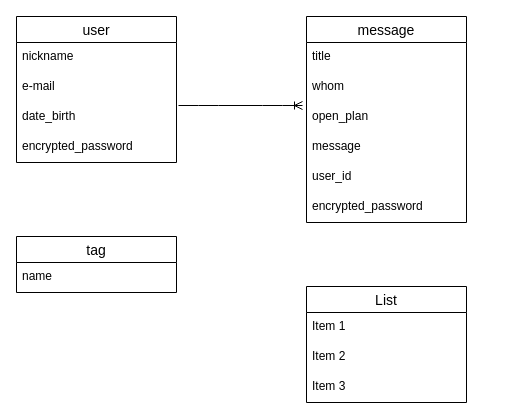
This is ER.dio from shunxile/Time_Capsule, a draw.io file, before an edit. Source tidied: cells renumbered, new cells numbered last; positions are measured from the earlier drawing's top-left corner, leaving out a move shared by most shapes. Both pictures are drawn from the tidied source at 100%, with x=0, y=0 at pixel (16, 16).
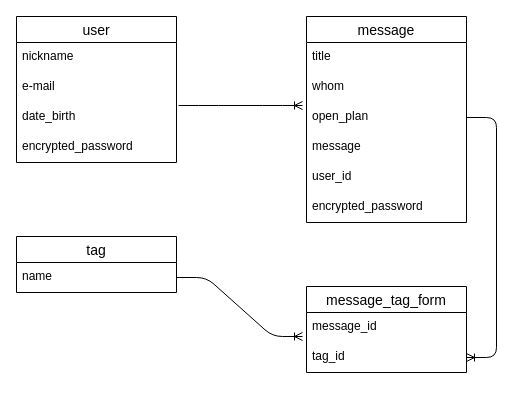
The same page after the edit.

The change refers to these unchanged cells:
```xml
<mxCell id="10" value="open_plan" style="text;strokeColor=none;fillColor=none;spacingLeft=4;spacingRight=4;overflow=hidden;points=[[0,0.5],[1,0.5]];portConstraint=eastwest;fontSize=12;" parent="7" vertex="1">
  <mxGeometry y="86" width="160" height="30" as="geometry" />
</mxCell>
<mxCell id="16" value="name" style="text;strokeColor=none;fillColor=none;spacingLeft=4;spacingRight=4;overflow=hidden;points=[[0,0.5],[1,0.5]];portConstraint=eastwest;fontSize=12;" parent="15" vertex="1">
  <mxGeometry y="26" width="160" height="30" as="geometry" />
</mxCell>
```

What changed in the source:
```diff
@@
-    <mxCell id="17" value="List" style="swimlane;fontStyle=0;horizontal=1;startSize=26;align=center;fontSize=14;" parent="1" vertex="1">
-      <mxGeometry x="290" y="270" width="160" height="116" as="geometry" />
+    <mxCell id="17" value="message_tag_form" style="swimlane;fontStyle=0;horizontal=1;startSize=26;align=center;fontSize=14;" parent="1" vertex="1">
+      <mxGeometry x="290" y="270" width="160" height="86" as="geometry" />
     </mxCell>
-    <mxCell id="18" value="Item 1" style="text;strokeColor=none;fillColor=none;spacingLeft=4;spacingRight=4;overflow=hidden;points=[[0,0.5],[1,0.5]];portConstraint=eastwest;fontSize=12;" parent="17" vertex="1">
+    <mxCell id="18" value="message_id" style="text;strokeColor=none;fillColor=none;spacingLeft=4;spacingRight=4;overflow=hidden;points=[[0,0.5],[1,0.5]];portConstraint=eastwest;fontSize=12;" parent="17" vertex="1">
       <mxGeometry y="26" width="160" height="30" as="geometry" />
     </mxCell>
-    <mxCell id="19" value="Item 2" style="text;strokeColor=none;fillColor=none;spacingLeft=4;spacingRight=4;overflow=hidden;points=[[0,0.5],[1,0.5]];portConstraint=eastwest;fontSize=12;" parent="17" vertex="1">
+    <mxCell id="19" value="tag_id" style="text;strokeColor=none;fillColor=none;spacingLeft=4;spacingRight=4;overflow=hidden;points=[[0,0.5],[1,0.5]];portConstraint=eastwest;fontSize=12;" parent="17" vertex="1">
       <mxGeometry y="56" width="160" height="30" as="geometry" />
     </mxCell>
-    <mxCell id="20" value="Item 3" style="text;strokeColor=none;fillColor=none;spacingLeft=4;spacingRight=4;overflow=hidden;fontSize=12;" parent="17" vertex="1">
-      <mxGeometry y="86" width="160" height="30" as="geometry" />
-    </mxCell>
+    <mxCell id="21" style="edgeStyle=entityRelationEdgeStyle;fontSize=12;html=1;endArrow=ERoneToMany;exitX=1;exitY=0.5;exitDx=0;exitDy=0;entryX=-0.025;entryY=0.8;entryDx=0;entryDy=0;entryPerimeter=0;" parent="1" edge="1" source="16" target="18">
+      <mxGeometry relative="1" as="geometry" />
+    </mxCell>
+    <mxCell id="22" style="edgeStyle=entityRelationEdgeStyle;fontSize=12;html=1;endArrow=ERoneToMany;exitX=1;exitY=0.5;exitDx=0;exitDy=0;entryX=1;entryY=0.5;entryDx=0;entryDy=0;" parent="1" edge="1" source="10" target="19">
+      <mxGeometry relative="1" as="geometry" />
+    </mxCell>
```
